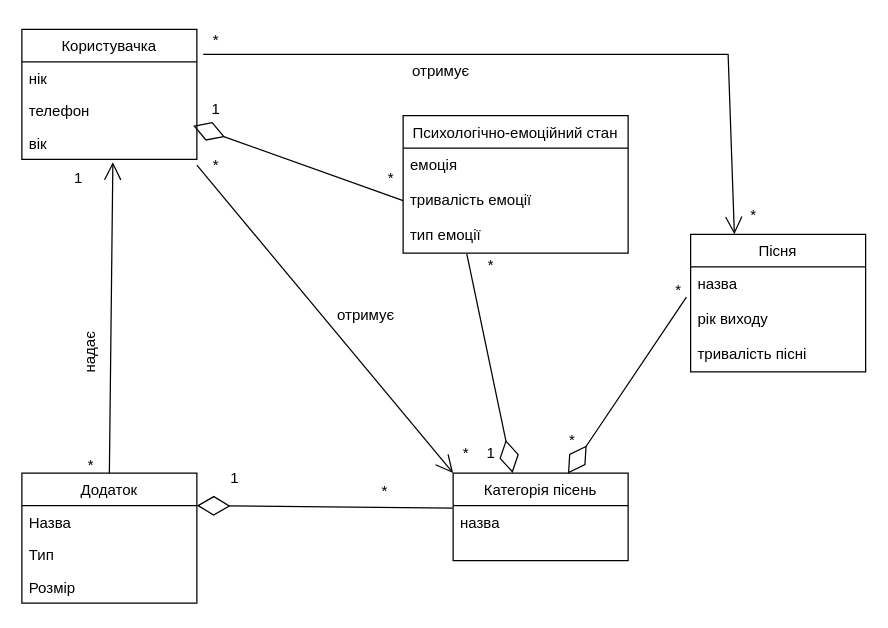
oleksandrblazhko/nai205-guda keeps this draw.io diagram as 2-SoftwareDesign/2.1-UMLConceptClasses/UML.drawio. Above is the earlier version. Source tidied: cells renumbered, new cells numbered last; positions are measured from the earlier drawing's top-left corner, leaving out a move shared by most shapes. Both pictures are drawn from the tidied source at 125%, with x=0, y=0 at pixel (21, 21).
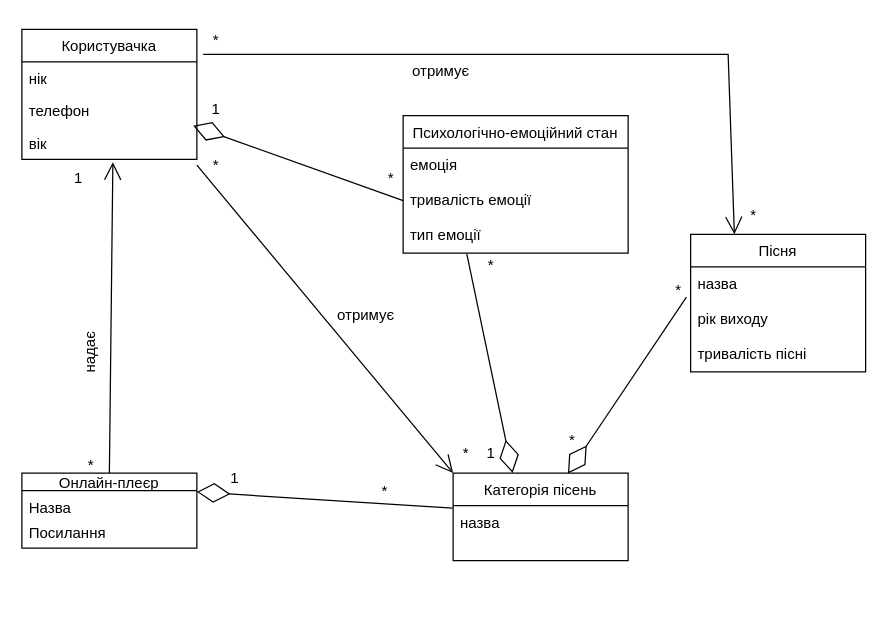
The same diagram, later.

Diff of the diagram source:
```diff
@@
-    <mxCell id="10" value="Додаток" style="swimlane;fontStyle=0;horizontal=1;startSize=26;fillColor=none;" parent="1" vertex="1">
-      <mxGeometry y="361" width="140" height="104" as="geometry" />
+    <mxCell id="10" value="Онлайн-плеєр" style="swimlane;fontStyle=0;horizontal=1;startSize=14;fillColor=none;" parent="1" vertex="1">
+      <mxGeometry y="361" width="140" height="60" as="geometry" />
     </mxCell>
     <mxCell id="11" value="Назва" style="text;strokeColor=none;fillColor=none;align=left;verticalAlign=top;spacingLeft=4;spacingRight=4;overflow=hidden;" parent="10" vertex="1">
-      <mxGeometry y="26" width="140" height="26" as="geometry" />
+      <mxGeometry y="14" width="140" height="20" as="geometry" />
     </mxCell>
-    <mxCell id="12" value="Тип" style="text;strokeColor=none;fillColor=none;align=left;verticalAlign=top;spacingLeft=4;spacingRight=4;overflow=hidden;" parent="10" vertex="1">
-      <mxGeometry y="52" width="140" height="26" as="geometry" />
+    <mxCell id="12" value="Посилання" style="text;strokeColor=none;fillColor=none;align=left;verticalAlign=top;spacingLeft=4;spacingRight=4;overflow=hidden;" parent="10" vertex="1">
+      <mxGeometry y="34" width="140" height="26" as="geometry" />
     </mxCell>
-    <mxCell id="13" value="Розмір" style="text;strokeColor=none;fillColor=none;align=left;verticalAlign=top;spacingLeft=4;spacingRight=4;overflow=hidden;" parent="10" vertex="1">
-      <mxGeometry y="78" width="140" height="26" as="geometry" />
-    </mxCell>
```
